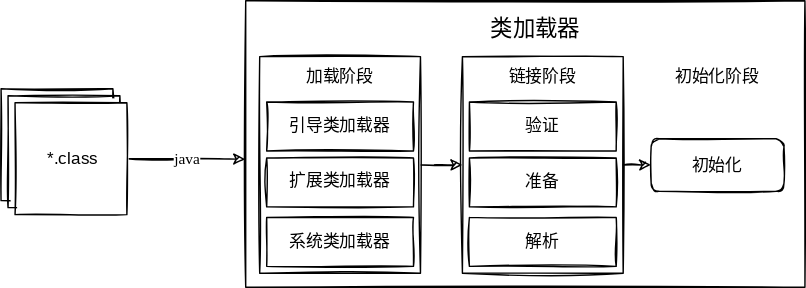
The draw.io diagram private/JVMClassLoader.drawio.svg in imchenway/imchenway.github.io, before a commit. Source tidied: cells renumbered, new cells last; positions are measured from the earlier drawing's top-left corner, leaving out a move shared by most shapes. Its diagram source:
```xml
<mxGraphModel math="1">
  <root>
    <mxCell id="0" />
    <mxCell id="1" parent="0" />
    <mxCell id="2" value="&lt;span style=&quot;color: rgba(0 , 0 , 0 , 0) ; font-family: monospace ; font-size: 0px&quot;&gt;%3CmxGraphModel%3E%3Croot%3E%3CmxCell%20id%3D%220%22%2F%3E%3CmxCell%20id%3D%221%22%20parent%3D%220%22%2F%3E%3CmxCell%20id%3D%222%22%20value%3D%22%22%20style%3D%22whiteSpace%3Dwrap%3Bhtml%3D1%3Baspect%3Dfixed%3B%22%20vertex%3D%221%22%20parent%3D%221%22%3E%3CmxGeometry%20x%3D%22100%22%20y%3D%22460%22%20width%3D%2280%22%20height%3D%2280%22%20as%3D%22geometry%22%2F%3E%3C%2FmxCell%3E%3C%2Froot%3E%3C%2FmxGraphModel%3E&lt;/span&gt;" style="rounded=0;whiteSpace=wrap;html=1;sketch=1;" parent="1" vertex="1">
      <mxGeometry x="175" width="400" height="205" as="geometry" />
    </mxCell>
    <mxCell id="3" style="edgeStyle=orthogonalEdgeStyle;rounded=0;jettySize=auto;html=1;sketch=1;" parent="1" edge="1" source="4" target="20">
      <mxGeometry relative="1" as="geometry" />
    </mxCell>
    <mxCell id="4" style="rounded=0;whiteSpace=wrap;html=1;sketch=1;" parent="1" vertex="1">
      <mxGeometry x="330" y="40" width="115" height="155" as="geometry" />
    </mxCell>
    <mxCell id="5" style="whiteSpace=wrap;html=1;sketch=1;" parent="1" vertex="1">
      <mxGeometry y="63" width="80" height="80" as="geometry" />
    </mxCell>
    <mxCell id="6" style="whiteSpace=wrap;html=1;sketch=1;" parent="1" vertex="1">
      <mxGeometry x="5" y="68" width="80" height="80" as="geometry" />
    </mxCell>
    <mxCell id="7" value="&lt;font face=&quot;Comic Sans MS&quot;&gt;&amp;nbsp;java&amp;nbsp;&lt;/font&gt;" style="edgeStyle=orthogonalEdgeStyle;rounded=0;jettySize=auto;html=1;exitX=1;exitY=0.5;exitDx=0;exitDy=0;entryX=-0.001;entryY=0.553;entryDx=0;entryDy=0;entryPerimeter=0;fontFamily=ZCOOL KuaiLe;fontSource=https%3A%2F%2Ffonts.googleapis.com%2Fcss%3Ffamily%3DZCOOL%2BKuaiLe;sketch=1;" parent="1" edge="1" source="8" target="2">
      <mxGeometry relative="1" as="geometry" />
    </mxCell>
    <mxCell id="8" style="whiteSpace=wrap;html=1;sketch=1;" parent="1" vertex="1">
      <mxGeometry x="10" y="73" width="80" height="80" as="geometry" />
    </mxCell>
    <mxCell id="9" value="*.class" style="text;html=1;align=center;verticalAlign=middle;strokeColor=none;fontFamily=ZCOOL KuaiLe;fontSource=https%3A%2F%2Ffonts.googleapis.com%2Fcss%3Ffamily%3DZCOOL%2BKuaiLe;sketch=1;" parent="1" vertex="1">
      <mxGeometry x="25.5" y="103" width="50" height="20" as="geometry" />
    </mxCell>
    <mxCell id="10" style="edgeStyle=orthogonalEdgeStyle;rounded=0;jettySize=auto;html=1;entryX=0;entryY=0.5;entryDx=0;entryDy=0;sketch=1;" parent="1" edge="1" source="11" target="4">
      <mxGeometry relative="1" as="geometry" />
    </mxCell>
    <mxCell id="11" style="rounded=0;whiteSpace=wrap;html=1;sketch=1;" parent="1" vertex="1">
      <mxGeometry x="185" y="40" width="115" height="155" as="geometry" />
    </mxCell>
    <mxCell id="12" style="rounded=0;whiteSpace=wrap;html=1;sketch=1;" parent="1" vertex="1">
      <mxGeometry x="190" y="72.5" width="105" height="35" as="geometry" />
    </mxCell>
    <mxCell id="13" style="rounded=0;whiteSpace=wrap;html=1;sketch=1;" parent="1" vertex="1">
      <mxGeometry x="190" y="155" width="105" height="35" as="geometry" />
    </mxCell>
    <mxCell id="14" style="rounded=0;whiteSpace=wrap;html=1;sketch=1;" parent="1" vertex="1">
      <mxGeometry x="190" y="112.5" width="105" height="35" as="geometry" />
    </mxCell>
    <mxCell id="15" value="&lt;font face=&quot;ZCOOL KuaiLe&quot;&gt;加载阶段&lt;/font&gt;" style="text;html=1;strokeColor=none;fillColor=none;align=center;verticalAlign=middle;whiteSpace=wrap;rounded=0;sketch=1;" parent="1" vertex="1">
      <mxGeometry x="215" y="45" width="55" height="20" as="geometry" />
    </mxCell>
    <mxCell id="16" value="&lt;font face=&quot;ZCOOL KuaiLe&quot;&gt;验证&lt;/font&gt;" style="rounded=0;whiteSpace=wrap;html=1;sketch=1;" parent="1" vertex="1">
      <mxGeometry x="335" y="72.5" width="105" height="35" as="geometry" />
    </mxCell>
    <mxCell id="17" value="解析" style="rounded=0;whiteSpace=wrap;html=1;fontFamily=ZCOOL KuaiLe;fontSource=https%3A%2F%2Ffonts.googleapis.com%2Fcss%3Ffamily%3DZCOOL%2BKuaiLe;sketch=1;" parent="1" vertex="1">
      <mxGeometry x="335" y="155" width="105" height="35" as="geometry" />
    </mxCell>
    <mxCell id="18" value="准备" style="rounded=0;whiteSpace=wrap;html=1;fontFamily=ZCOOL KuaiLe;fontSource=https%3A%2F%2Ffonts.googleapis.com%2Fcss%3Ffamily%3DZCOOL%2BKuaiLe;sketch=1;" parent="1" vertex="1">
      <mxGeometry x="335" y="112.5" width="105" height="35" as="geometry" />
    </mxCell>
    <mxCell id="19" value="链接阶段" style="text;html=1;strokeColor=none;fillColor=none;align=center;verticalAlign=middle;whiteSpace=wrap;rounded=0;fontFamily=ZCOOL KuaiLe;fontSource=https%3A%2F%2Ffonts.googleapis.com%2Fcss%3Ffamily%3DZCOOL%2BKuaiLe;sketch=1;" parent="1" vertex="1">
      <mxGeometry x="360" y="45" width="55" height="20" as="geometry" />
    </mxCell>
    <mxCell id="20" value="初始化" style="rounded=1;whiteSpace=wrap;html=1;fontFamily=ZCOOL KuaiLe;fontSource=https%3A%2F%2Ffonts.googleapis.com%2Fcss%3Ffamily%3DZCOOL%2BKuaiLe;sketch=1;" parent="1" vertex="1">
      <mxGeometry x="465" y="98.8" width="95" height="37.5" as="geometry" />
    </mxCell>
    <mxCell id="21" value="类加载器" style="text;html=1;strokeColor=none;fillColor=none;align=center;verticalAlign=middle;whiteSpace=wrap;rounded=0;fontFamily=ZCOOL KuaiLe;fontSource=https%3A%2F%2Ffonts.googleapis.com%2Fcss%3Ffamily%3DZCOOL%2BKuaiLe;fontSize=16;sketch=1;" parent="1" vertex="1">
      <mxGeometry x="345" y="10" width="75" height="20" as="geometry" />
    </mxCell>
    <mxCell id="22" value="初始化阶段" style="text;html=1;strokeColor=none;fillColor=none;align=center;verticalAlign=middle;whiteSpace=wrap;rounded=0;fontFamily=ZCOOL KuaiLe;fontSource=https%3A%2F%2Ffonts.googleapis.com%2Fcss%3Ffamily%3DZCOOL%2BKuaiLe;labelBackgroundColor=none;sketch=1;" parent="1" vertex="1">
      <mxGeometry x="480" y="45" width="65" height="20" as="geometry" />
    </mxCell>
    <mxCell id="23" value="&lt;font face=&quot;ZCOOL KuaiLe&quot;&gt;引导类加载器&lt;/font&gt;" style="text;html=1;strokeColor=none;fillColor=none;align=center;verticalAlign=middle;whiteSpace=wrap;rounded=0;sketch=1;" parent="1" vertex="1">
      <mxGeometry x="195" y="80" width="95" height="20" as="geometry" />
    </mxCell>
    <mxCell id="24" value="扩展类加载器" style="text;html=1;strokeColor=none;fillColor=none;align=center;verticalAlign=middle;whiteSpace=wrap;rounded=0;fontFamily=ZCOOL KuaiLe;fontSource=https%3A%2F%2Ffonts.googleapis.com%2Fcss%3Ffamily%3DZCOOL%2BKuaiLe;sketch=1;" parent="1" vertex="1">
      <mxGeometry x="195" y="118.8" width="95" height="20" as="geometry" />
    </mxCell>
    <mxCell id="25" value="系统类加载器" style="text;html=1;strokeColor=none;fillColor=none;align=center;verticalAlign=middle;whiteSpace=wrap;rounded=0;fontFamily=ZCOOL KuaiLe;fontSource=https%3A%2F%2Ffonts.googleapis.com%2Fcss%3Ffamily%3DZCOOL%2BKuaiLe;sketch=1;" parent="1" vertex="1">
      <mxGeometry x="195" y="162.5" width="95" height="20" as="geometry" />
    </mxCell>
  </root>
</mxGraphModel>
```
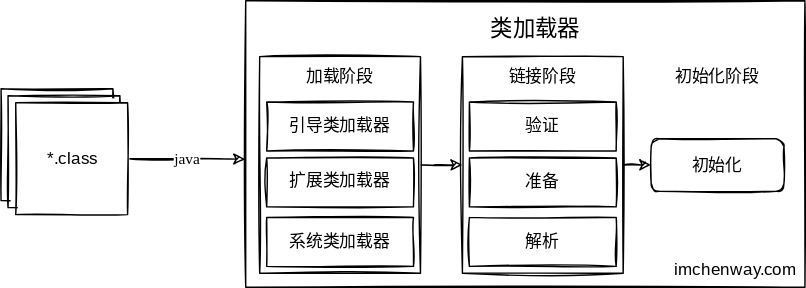
The same file after the commit.

What changed in the source:
```diff
@@ -21,7 +21,7 @@
       <mxGeometry relative="1" as="geometry" />
     </mxCell>
     <mxCell id="8" style="whiteSpace=wrap;html=1;sketch=1;" parent="1" vertex="1">
-      <mxGeometry x="10" y="73" width="80" height="80" as="geometry" />
+      <mxGeometry x="10.5" y="73" width="80" height="80" as="geometry" />
     </mxCell>
     <mxCell id="9" value="*.class" style="text;html=1;align=center;verticalAlign=middle;strokeColor=none;fontFamily=ZCOOL KuaiLe;fontSource=https%3A%2F%2Ffonts.googleapis.com%2Fcss%3Ffamily%3DZCOOL%2BKuaiLe;sketch=1;" parent="1" vertex="1">
       <mxGeometry x="25.5" y="103" width="50" height="20" as="geometry" />
@@ -74,5 +74,8 @@
     <mxCell id="25" value="系统类加载器" style="text;html=1;strokeColor=none;fillColor=none;align=center;verticalAlign=middle;whiteSpace=wrap;rounded=0;fontFamily=ZCOOL KuaiLe;fontSource=https%3A%2F%2Ffonts.googleapis.com%2Fcss%3Ffamily%3DZCOOL%2BKuaiLe;sketch=1;" parent="1" vertex="1">
       <mxGeometry x="195" y="162.5" width="95" height="20" as="geometry" />
     </mxCell>
+    <mxCell id="26" value="&lt;font face=&quot;ZCOOL KuaiLe&quot;&gt;imchenway.com&lt;/font&gt;" style="text;html=1;align=center;verticalAlign=middle;strokeColor=none;" parent="1" vertex="1">
+      <mxGeometry x="475" y="180" width="100" height="25" as="geometry" />
+    </mxCell>
   </root>
 </mxGraphModel>
```
